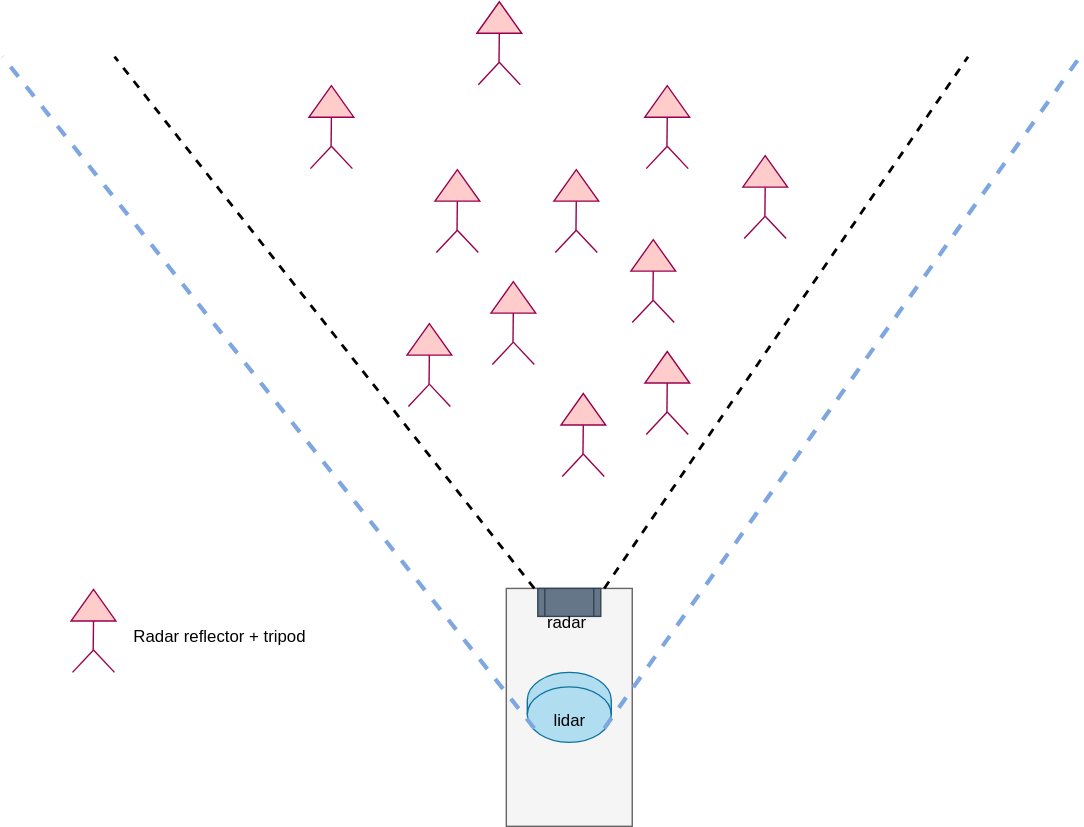
This is calibrators/docs/images/marker_radar_lidar_calibrator/marker_radar_lidar_vis.svg from tier4/CalibrationTools, a draw.io export, as it was before one commit. Source tidied: cells renumbered, new cells last; positions are measured from the earlier drawing's top-left corner, leaving out a move shared by most shapes.
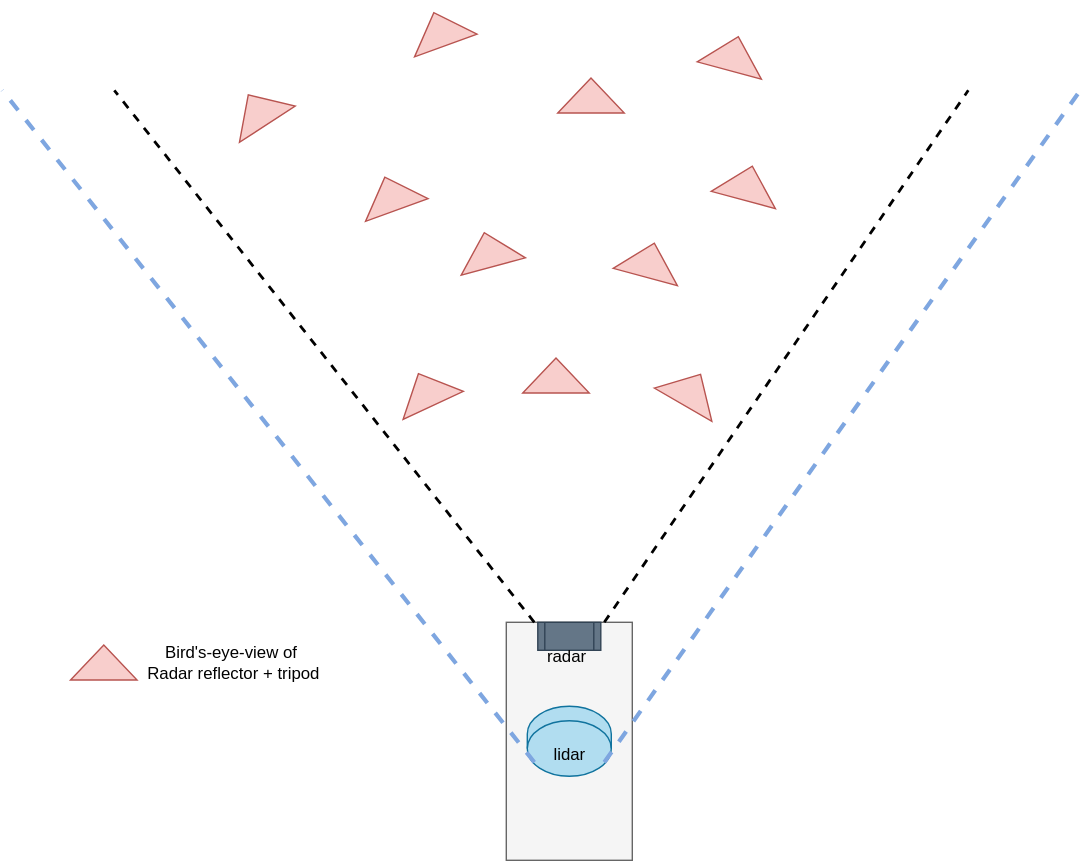
After the commit.

Commit message:
chore: fix radar vis image

Change to the diagram source:
```diff
@@ -32,288 +32,6 @@
         <mxPoint x="690" y="44" as="targetPoint" />
       </mxGeometry>
     </mxCell>
-    <mxCell id="10" style="group;" parent="1" vertex="1">
-      <mxGeometry x="290" y="234" width="30" height="60" as="geometry" />
-    </mxCell>
-    <mxCell id="11" style="triangle;whiteSpace=wrap;html=1;rotation=-90;fillColor=#ffcccc;strokeColor=#99004D;" parent="10" vertex="1">
-      <mxGeometry x="3.8" y="-4" width="22.5" height="32" as="geometry" />
-    </mxCell>
-    <mxCell id="12" style="endArrow=none;html=1;rounded=0;fillColor=#ffcccc;strokeColor=#99004D;entryX=0;entryY=0.5;entryDx=0;entryDy=0;" parent="10" edge="1" target="11">
-      <mxGeometry relative="1" as="geometry">
-        <mxPoint x="14.8" y="44" as="sourcePoint" />
-      </mxGeometry>
-    </mxCell>
-    <mxCell id="13" style="endArrow=none;html=1;rounded=0;fillColor=#cce5ff;strokeColor=#99004D;" parent="10" edge="1">
-      <mxGeometry relative="1" as="geometry">
-        <mxPoint x="30" y="60" as="sourcePoint" />
-        <mxPoint x="15" y="44" as="targetPoint" />
-      </mxGeometry>
-    </mxCell>
-    <mxCell id="14" style="endArrow=none;html=1;rounded=0;fillColor=#cce5ff;strokeColor=#99004D;" parent="10" edge="1">
-      <mxGeometry relative="1" as="geometry">
-        <mxPoint y="60" as="sourcePoint" />
-        <mxPoint x="15" y="44" as="targetPoint" />
-      </mxGeometry>
-    </mxCell>
-    <mxCell id="15" style="group;" parent="1" vertex="1">
-      <mxGeometry x="350" y="204" width="30" height="60" as="geometry" />
-    </mxCell>
-    <mxCell id="16" style="triangle;whiteSpace=wrap;html=1;rotation=-90;fillColor=#ffcccc;strokeColor=#99004D;" parent="15" vertex="1">
-      <mxGeometry x="3.8" y="-4" width="22.5" height="32" as="geometry" />
-    </mxCell>
-    <mxCell id="17" style="endArrow=none;html=1;rounded=0;fillColor=#ffcccc;strokeColor=#99004D;entryX=0;entryY=0.5;entryDx=0;entryDy=0;" parent="15" edge="1" target="16">
-      <mxGeometry relative="1" as="geometry">
-        <mxPoint x="14.8" y="44" as="sourcePoint" />
-      </mxGeometry>
-    </mxCell>
-    <mxCell id="18" style="endArrow=none;html=1;rounded=0;fillColor=#cce5ff;strokeColor=#99004D;" parent="15" edge="1">
-      <mxGeometry relative="1" as="geometry">
-        <mxPoint x="30" y="60" as="sourcePoint" />
-        <mxPoint x="15" y="44" as="targetPoint" />
-      </mxGeometry>
-    </mxCell>
-    <mxCell id="19" style="endArrow=none;html=1;rounded=0;fillColor=#cce5ff;strokeColor=#99004D;" parent="15" edge="1">
-      <mxGeometry relative="1" as="geometry">
-        <mxPoint y="60" as="sourcePoint" />
-        <mxPoint x="15" y="44" as="targetPoint" />
-      </mxGeometry>
-    </mxCell>
-    <mxCell id="20" style="group;" parent="1" vertex="1">
-      <mxGeometry x="400" y="284" width="30" height="60" as="geometry" />
-    </mxCell>
-    <mxCell id="21" style="triangle;whiteSpace=wrap;html=1;rotation=-90;fillColor=#ffcccc;strokeColor=#99004D;" parent="20" vertex="1">
-      <mxGeometry x="3.8" y="-4" width="22.5" height="32" as="geometry" />
-    </mxCell>
-    <mxCell id="22" style="endArrow=none;html=1;rounded=0;fillColor=#ffcccc;strokeColor=#99004D;entryX=0;entryY=0.5;entryDx=0;entryDy=0;" parent="20" edge="1" target="21">
-      <mxGeometry relative="1" as="geometry">
-        <mxPoint x="14.8" y="44" as="sourcePoint" />
-      </mxGeometry>
-    </mxCell>
-    <mxCell id="23" style="endArrow=none;html=1;rounded=0;fillColor=#cce5ff;strokeColor=#99004D;" parent="20" edge="1">
-      <mxGeometry relative="1" as="geometry">
-        <mxPoint x="30" y="60" as="sourcePoint" />
-        <mxPoint x="15" y="44" as="targetPoint" />
-      </mxGeometry>
-    </mxCell>
-    <mxCell id="24" style="endArrow=none;html=1;rounded=0;fillColor=#cce5ff;strokeColor=#99004D;" parent="20" edge="1">
-      <mxGeometry relative="1" as="geometry">
-        <mxPoint y="60" as="sourcePoint" />
-        <mxPoint x="15" y="44" as="targetPoint" />
-      </mxGeometry>
-    </mxCell>
-    <mxCell id="25" style="group;" parent="1" vertex="1">
-      <mxGeometry x="460" y="254" width="30" height="60" as="geometry" />
-    </mxCell>
-    <mxCell id="26" style="triangle;whiteSpace=wrap;html=1;rotation=-90;fillColor=#ffcccc;strokeColor=#99004D;" parent="25" vertex="1">
-      <mxGeometry x="3.8" y="-4" width="22.5" height="32" as="geometry" />
-    </mxCell>
-    <mxCell id="27" style="endArrow=none;html=1;rounded=0;fillColor=#ffcccc;strokeColor=#99004D;entryX=0;entryY=0.5;entryDx=0;entryDy=0;" parent="25" edge="1" target="26">
-      <mxGeometry relative="1" as="geometry">
-        <mxPoint x="14.8" y="44" as="sourcePoint" />
-      </mxGeometry>
-    </mxCell>
-    <mxCell id="28" style="endArrow=none;html=1;rounded=0;fillColor=#cce5ff;strokeColor=#99004D;" parent="25" edge="1">
-      <mxGeometry relative="1" as="geometry">
-        <mxPoint x="30" y="60" as="sourcePoint" />
-        <mxPoint x="15" y="44" as="targetPoint" />
-      </mxGeometry>
-    </mxCell>
-    <mxCell id="29" style="endArrow=none;html=1;rounded=0;fillColor=#cce5ff;strokeColor=#99004D;" parent="25" edge="1">
-      <mxGeometry relative="1" as="geometry">
-        <mxPoint y="60" as="sourcePoint" />
-        <mxPoint x="15" y="44" as="targetPoint" />
-      </mxGeometry>
-    </mxCell>
-    <mxCell id="30" style="group;" parent="1" vertex="1">
-      <mxGeometry x="450" y="174" width="30" height="60" as="geometry" />
-    </mxCell>
-    <mxCell id="31" style="triangle;whiteSpace=wrap;html=1;rotation=-90;fillColor=#ffcccc;strokeColor=#99004D;" parent="30" vertex="1">
-      <mxGeometry x="3.8" y="-4" width="22.5" height="32" as="geometry" />
-    </mxCell>
-    <mxCell id="32" style="endArrow=none;html=1;rounded=0;fillColor=#ffcccc;strokeColor=#99004D;entryX=0;entryY=0.5;entryDx=0;entryDy=0;" parent="30" edge="1" target="31">
-      <mxGeometry relative="1" as="geometry">
-        <mxPoint x="14.8" y="44" as="sourcePoint" />
-      </mxGeometry>
-    </mxCell>
-    <mxCell id="33" style="endArrow=none;html=1;rounded=0;fillColor=#cce5ff;strokeColor=#99004D;" parent="30" edge="1">
-      <mxGeometry relative="1" as="geometry">
-        <mxPoint x="30" y="60" as="sourcePoint" />
-        <mxPoint x="15" y="44" as="targetPoint" />
-      </mxGeometry>
-    </mxCell>
-    <mxCell id="34" style="endArrow=none;html=1;rounded=0;fillColor=#cce5ff;strokeColor=#99004D;" parent="30" edge="1">
-      <mxGeometry relative="1" as="geometry">
-        <mxPoint y="60" as="sourcePoint" />
-        <mxPoint x="15" y="44" as="targetPoint" />
-      </mxGeometry>
-    </mxCell>
-    <mxCell id="35" style="group;" parent="1" vertex="1">
-      <mxGeometry x="310" y="124" width="30" height="60" as="geometry" />
-    </mxCell>
-    <mxCell id="36" style="triangle;whiteSpace=wrap;html=1;rotation=-90;fillColor=#ffcccc;strokeColor=#99004D;" parent="35" vertex="1">
-      <mxGeometry x="3.8" y="-4" width="22.5" height="32" as="geometry" />
-    </mxCell>
-    <mxCell id="37" style="endArrow=none;html=1;rounded=0;fillColor=#ffcccc;strokeColor=#99004D;entryX=0;entryY=0.5;entryDx=0;entryDy=0;" parent="35" edge="1" target="36">
-      <mxGeometry relative="1" as="geometry">
-        <mxPoint x="14.8" y="44" as="sourcePoint" />
-      </mxGeometry>
-    </mxCell>
-    <mxCell id="38" style="endArrow=none;html=1;rounded=0;fillColor=#cce5ff;strokeColor=#99004D;" parent="35" edge="1">
-      <mxGeometry relative="1" as="geometry">
-        <mxPoint x="30" y="60" as="sourcePoint" />
-        <mxPoint x="15" y="44" as="targetPoint" />
-      </mxGeometry>
-    </mxCell>
-    <mxCell id="39" style="endArrow=none;html=1;rounded=0;fillColor=#cce5ff;strokeColor=#99004D;" parent="35" edge="1">
-      <mxGeometry relative="1" as="geometry">
-        <mxPoint y="60" as="sourcePoint" />
-        <mxPoint x="15" y="44" as="targetPoint" />
-      </mxGeometry>
-    </mxCell>
-    <mxCell id="40" style="group;" parent="1" vertex="1">
-      <mxGeometry x="530" y="114" width="30" height="60" as="geometry" />
-    </mxCell>
-    <mxCell id="41" style="triangle;whiteSpace=wrap;html=1;rotation=-90;fillColor=#ffcccc;strokeColor=#99004D;" parent="40" vertex="1">
-      <mxGeometry x="3.8" y="-4" width="22.5" height="32" as="geometry" />
-    </mxCell>
-    <mxCell id="42" style="endArrow=none;html=1;rounded=0;fillColor=#ffcccc;strokeColor=#99004D;entryX=0;entryY=0.5;entryDx=0;entryDy=0;" parent="40" edge="1" target="41">
-      <mxGeometry relative="1" as="geometry">
-        <mxPoint x="14.8" y="44" as="sourcePoint" />
-      </mxGeometry>
-    </mxCell>
-    <mxCell id="43" style="endArrow=none;html=1;rounded=0;fillColor=#cce5ff;strokeColor=#99004D;" parent="40" edge="1">
-      <mxGeometry relative="1" as="geometry">
-        <mxPoint x="30" y="60" as="sourcePoint" />
-        <mxPoint x="15" y="44" as="targetPoint" />
-      </mxGeometry>
-    </mxCell>
-    <mxCell id="44" style="endArrow=none;html=1;rounded=0;fillColor=#cce5ff;strokeColor=#99004D;" parent="40" edge="1">
-      <mxGeometry relative="1" as="geometry">
-        <mxPoint y="60" as="sourcePoint" />
-        <mxPoint x="15" y="44" as="targetPoint" />
-      </mxGeometry>
-    </mxCell>
-    <mxCell id="45" style="group;" parent="1" vertex="1">
-      <mxGeometry x="395" y="124" width="30" height="60" as="geometry" />
-    </mxCell>
-    <mxCell id="46" style="triangle;whiteSpace=wrap;html=1;rotation=-90;fillColor=#ffcccc;strokeColor=#99004D;" parent="45" vertex="1">
-      <mxGeometry x="3.8" y="-4" width="22.5" height="32" as="geometry" />
-    </mxCell>
-    <mxCell id="47" style="endArrow=none;html=1;rounded=0;fillColor=#ffcccc;strokeColor=#99004D;entryX=0;entryY=0.5;entryDx=0;entryDy=0;" parent="45" edge="1" target="46">
-      <mxGeometry relative="1" as="geometry">
-        <mxPoint x="14.8" y="44" as="sourcePoint" />
-      </mxGeometry>
-    </mxCell>
-    <mxCell id="48" style="endArrow=none;html=1;rounded=0;fillColor=#cce5ff;strokeColor=#99004D;" parent="45" edge="1">
-      <mxGeometry relative="1" as="geometry">
-        <mxPoint x="30" y="60" as="sourcePoint" />
-        <mxPoint x="15" y="44" as="targetPoint" />
-      </mxGeometry>
-    </mxCell>
-    <mxCell id="49" style="endArrow=none;html=1;rounded=0;fillColor=#cce5ff;strokeColor=#99004D;" parent="45" edge="1">
-      <mxGeometry relative="1" as="geometry">
-        <mxPoint y="60" as="sourcePoint" />
-        <mxPoint x="15" y="44" as="targetPoint" />
-      </mxGeometry>
-    </mxCell>
-    <mxCell id="50" style="group;" parent="1" vertex="1">
-      <mxGeometry x="220" y="64" width="30" height="60" as="geometry" />
-    </mxCell>
-    <mxCell id="51" style="triangle;whiteSpace=wrap;html=1;rotation=-90;fillColor=#ffcccc;strokeColor=#99004D;" parent="50" vertex="1">
-      <mxGeometry x="3.8" y="-4" width="22.5" height="32" as="geometry" />
-    </mxCell>
-    <mxCell id="52" style="endArrow=none;html=1;rounded=0;fillColor=#ffcccc;strokeColor=#99004D;entryX=0;entryY=0.5;entryDx=0;entryDy=0;" parent="50" edge="1" target="51">
-      <mxGeometry relative="1" as="geometry">
-        <mxPoint x="14.8" y="44" as="sourcePoint" />
-      </mxGeometry>
-    </mxCell>
-    <mxCell id="53" style="endArrow=none;html=1;rounded=0;fillColor=#cce5ff;strokeColor=#99004D;" parent="50" edge="1">
-      <mxGeometry relative="1" as="geometry">
-        <mxPoint x="30" y="60" as="sourcePoint" />
-        <mxPoint x="15" y="44" as="targetPoint" />
-      </mxGeometry>
-    </mxCell>
-    <mxCell id="54" style="endArrow=none;html=1;rounded=0;fillColor=#cce5ff;strokeColor=#99004D;" parent="50" edge="1">
-      <mxGeometry relative="1" as="geometry">
-        <mxPoint y="60" as="sourcePoint" />
-        <mxPoint x="15" y="44" as="targetPoint" />
-      </mxGeometry>
-    </mxCell>
-    <mxCell id="55" style="group;" parent="1" vertex="1">
-      <mxGeometry x="340" y="4" width="30" height="60" as="geometry" />
-    </mxCell>
-    <mxCell id="56" style="triangle;whiteSpace=wrap;html=1;rotation=-90;fillColor=#ffcccc;strokeColor=#99004D;" parent="55" vertex="1">
-      <mxGeometry x="3.8" y="-4" width="22.5" height="32" as="geometry" />
-    </mxCell>
-    <mxCell id="57" style="endArrow=none;html=1;rounded=0;fillColor=#ffcccc;strokeColor=#99004D;entryX=0;entryY=0.5;entryDx=0;entryDy=0;" parent="55" edge="1" target="56">
-      <mxGeometry relative="1" as="geometry">
-        <mxPoint x="14.8" y="44" as="sourcePoint" />
-      </mxGeometry>
-    </mxCell>
-    <mxCell id="58" style="endArrow=none;html=1;rounded=0;fillColor=#cce5ff;strokeColor=#99004D;" parent="55" edge="1">
-      <mxGeometry relative="1" as="geometry">
-        <mxPoint x="30" y="60" as="sourcePoint" />
-        <mxPoint x="15" y="44" as="targetPoint" />
-      </mxGeometry>
-    </mxCell>
-    <mxCell id="59" style="endArrow=none;html=1;rounded=0;fillColor=#cce5ff;strokeColor=#99004D;" parent="55" edge="1">
-      <mxGeometry relative="1" as="geometry">
-        <mxPoint y="60" as="sourcePoint" />
-        <mxPoint x="15" y="44" as="targetPoint" />
-      </mxGeometry>
-    </mxCell>
-    <mxCell id="60" style="group;" parent="1" vertex="1">
-      <mxGeometry x="460" y="64" width="30" height="60" as="geometry" />
-    </mxCell>
-    <mxCell id="61" style="triangle;whiteSpace=wrap;html=1;rotation=-90;fillColor=#ffcccc;strokeColor=#99004D;" parent="60" vertex="1">
-      <mxGeometry x="3.8" y="-4" width="22.5" height="32" as="geometry" />
-    </mxCell>
-    <mxCell id="62" style="endArrow=none;html=1;rounded=0;fillColor=#ffcccc;strokeColor=#99004D;entryX=0;entryY=0.5;entryDx=0;entryDy=0;" parent="60" edge="1" target="61">
-      <mxGeometry relative="1" as="geometry">
-        <mxPoint x="14.8" y="44" as="sourcePoint" />
-      </mxGeometry>
-    </mxCell>
-    <mxCell id="63" style="endArrow=none;html=1;rounded=0;fillColor=#cce5ff;strokeColor=#99004D;" parent="60" edge="1">
-      <mxGeometry relative="1" as="geometry">
-        <mxPoint x="30" y="60" as="sourcePoint" />
-        <mxPoint x="15" y="44" as="targetPoint" />
-      </mxGeometry>
-    </mxCell>
-    <mxCell id="64" style="endArrow=none;html=1;rounded=0;fillColor=#cce5ff;strokeColor=#99004D;" parent="60" edge="1">
-      <mxGeometry relative="1" as="geometry">
-        <mxPoint y="60" as="sourcePoint" />
-        <mxPoint x="15" y="44" as="targetPoint" />
-      </mxGeometry>
-    </mxCell>
-    <mxCell id="65" style="group;" parent="1" vertex="1">
-      <mxGeometry x="50" y="424" width="180" height="60" as="geometry" />
-    </mxCell>
-    <mxCell id="66" style="group;" parent="65" vertex="1">
-      <mxGeometry width="30" height="60" as="geometry" />
-    </mxCell>
-    <mxCell id="67" style="triangle;whiteSpace=wrap;html=1;rotation=-90;fillColor=#ffcccc;strokeColor=#99004D;" parent="66" vertex="1">
-      <mxGeometry x="3.8" y="-4" width="22.5" height="32" as="geometry" />
-    </mxCell>
-    <mxCell id="68" style="endArrow=none;html=1;rounded=0;fillColor=#ffcccc;strokeColor=#99004D;entryX=0;entryY=0.5;entryDx=0;entryDy=0;" parent="66" edge="1" target="67">
-      <mxGeometry relative="1" as="geometry">
-        <mxPoint x="14.8" y="44" as="sourcePoint" />
-      </mxGeometry>
-    </mxCell>
-    <mxCell id="69" style="endArrow=none;html=1;rounded=0;fillColor=#cce5ff;strokeColor=#99004D;" parent="66" edge="1">
-      <mxGeometry relative="1" as="geometry">
-        <mxPoint x="30" y="60" as="sourcePoint" />
-        <mxPoint x="15" y="44" as="targetPoint" />
-      </mxGeometry>
-    </mxCell>
-    <mxCell id="70" style="endArrow=none;html=1;rounded=0;fillColor=#cce5ff;strokeColor=#99004D;" parent="66" edge="1">
-      <mxGeometry relative="1" as="geometry">
-        <mxPoint y="60" as="sourcePoint" />
-        <mxPoint x="15" y="44" as="targetPoint" />
-      </mxGeometry>
-    </mxCell>
-    <mxCell id="71" value="Radar reflector + tripod" style="text;html=1;align=center;verticalAlign=middle;strokeColor=none;fillColor=none;" parent="65" vertex="1">
-      <mxGeometry x="30" y="20" width="150" height="30" as="geometry" />
-    </mxCell>
     <mxCell id="72" style="endArrow=none;dashed=1;html=1;rounded=0;strokeColor=#7EA6E0;strokeWidth=3;" parent="1" edge="1">
       <mxGeometry relative="1" as="geometry">
         <mxPoint x="380" y="524" as="sourcePoint" />
@@ -326,5 +44,44 @@
         <mxPoint x="770" y="44" as="targetPoint" />
       </mxGeometry>
     </mxCell>
+    <mxCell id="71" value="Bird's-eye-view of&amp;nbsp;&lt;div&gt;Radar reflector + tripod&lt;/div&gt;" style="text;html=1;align=center;verticalAlign=middle;strokeColor=none;fillColor=none;" parent="1" vertex="1">
+      <mxGeometry x="90" y="432.8" width="150" height="40" as="geometry" />
+    </mxCell>
+    <mxCell id="74" style="triangle;whiteSpace=wrap;html=1;rotation=-90;fillColor=#f8cecc;strokeColor=#b85450;" parent="1" vertex="1">
+      <mxGeometry x="60" y="429" width="25" height="47.5" as="geometry" />
+    </mxCell>
+    <mxCell id="75" style="triangle;whiteSpace=wrap;html=1;rotation=-115;fillColor=#f8cecc;strokeColor=#b85450;" parent="1" vertex="1">
+      <mxGeometry x="290" y="234" width="25" height="47.5" as="geometry" />
+    </mxCell>
+    <mxCell id="76" style="triangle;whiteSpace=wrap;html=1;rotation=-90;fillColor=#f8cecc;strokeColor=#b85450;" parent="1" vertex="1">
+      <mxGeometry x="383" y="224" width="25" height="47.5" as="geometry" />
+    </mxCell>
+    <mxCell id="77" style="triangle;whiteSpace=wrap;html=1;rotation=-60;fillColor=#f8cecc;strokeColor=#b85450;" parent="1" vertex="1">
+      <mxGeometry x="480" y="234" width="25" height="47.5" as="geometry" />
+    </mxCell>
+    <mxCell id="78" style="triangle;whiteSpace=wrap;html=1;rotation=-110;fillColor=#f8cecc;strokeColor=#b85450;" parent="1" vertex="1">
+      <mxGeometry x="265" y="94" width="25" height="47.5" as="geometry" />
+    </mxCell>
+    <mxCell id="79" style="triangle;whiteSpace=wrap;html=1;rotation=-75;fillColor=#f8cecc;strokeColor=#b85450;" parent="1" vertex="1">
+      <mxGeometry x="520" y="86.5" width="25" height="47.5" as="geometry" />
+    </mxCell>
+    <mxCell id="80" style="triangle;whiteSpace=wrap;html=1;rotation=-90;fillColor=#f8cecc;strokeColor=#b85450;" parent="1" vertex="1">
+      <mxGeometry x="408" y="24" width="25" height="47.5" as="geometry" />
+    </mxCell>
+    <mxCell id="81" style="triangle;whiteSpace=wrap;html=1;rotation=-105;fillColor=#f8cecc;strokeColor=#b85450;" parent="1" vertex="1">
+      <mxGeometry x="335" y="134" width="25" height="47.5" as="geometry" />
+    </mxCell>
+    <mxCell id="82" style="triangle;whiteSpace=wrap;html=1;rotation=-75;fillColor=#f8cecc;strokeColor=#b85450;" parent="1" vertex="1">
+      <mxGeometry x="450" y="141.5" width="25" height="47.5" as="geometry" />
+    </mxCell>
+    <mxCell id="83" style="triangle;whiteSpace=wrap;html=1;rotation=-123;fillColor=#f8cecc;strokeColor=#b85450;" parent="1" vertex="1">
+      <mxGeometry x="170" y="34" width="25" height="47.5" as="geometry" />
+    </mxCell>
+    <mxCell id="84" style="triangle;whiteSpace=wrap;html=1;rotation=-110;fillColor=#f8cecc;strokeColor=#b85450;" parent="1" vertex="1">
+      <mxGeometry x="300" y="-23.5" width="25" height="47.5" as="geometry" />
+    </mxCell>
+    <mxCell id="85" style="triangle;whiteSpace=wrap;html=1;rotation=-75;fillColor=#f8cecc;strokeColor=#b85450;" parent="1" vertex="1">
+      <mxGeometry x="510" y="-6" width="25" height="47.5" as="geometry" />
+    </mxCell>
   </root>
 </mxGraphModel>
```
